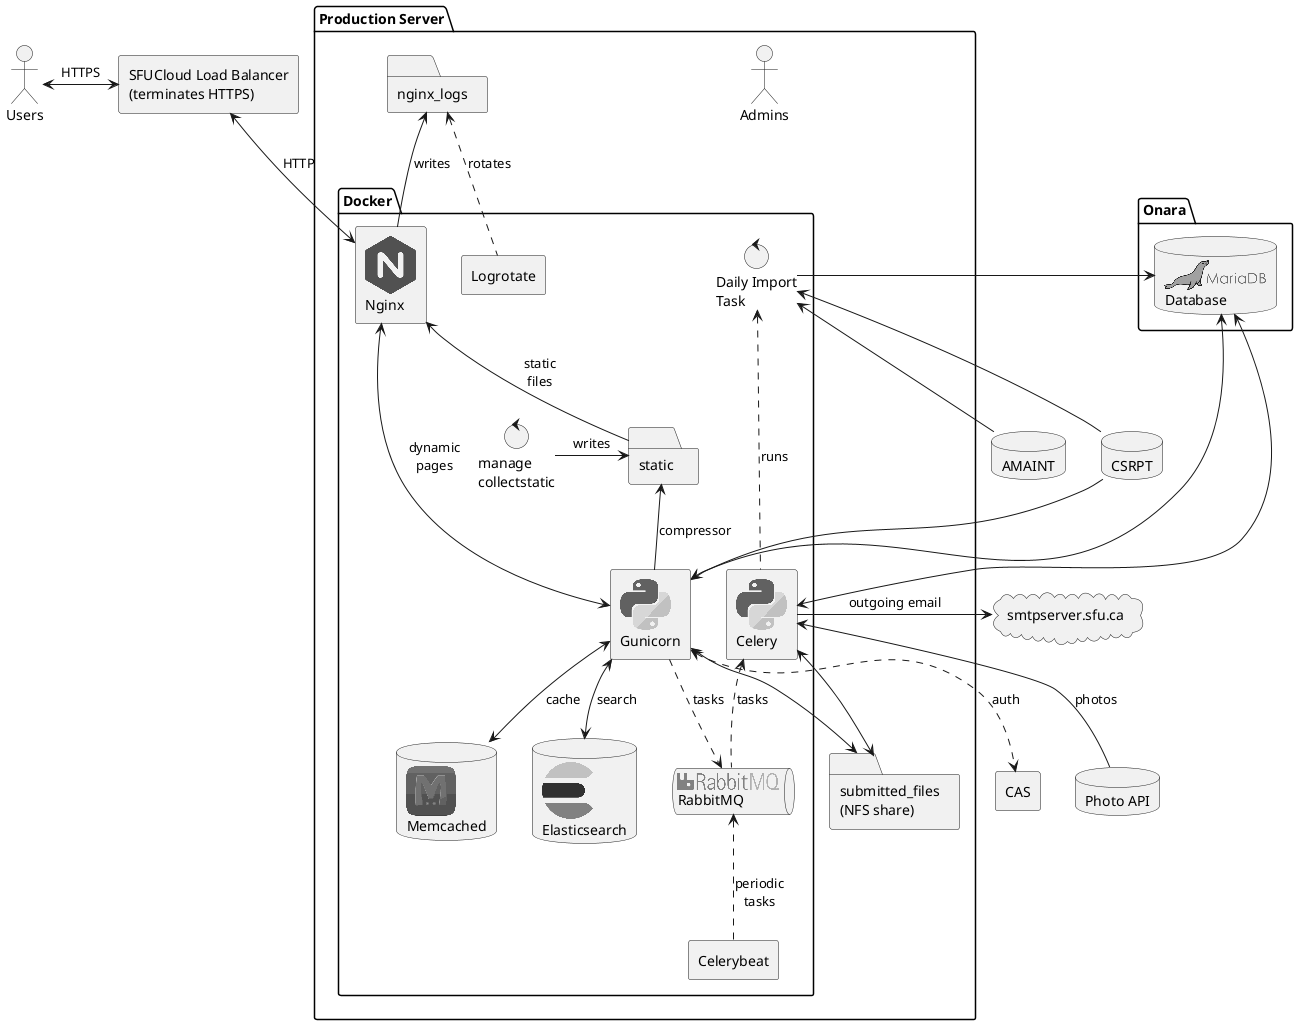
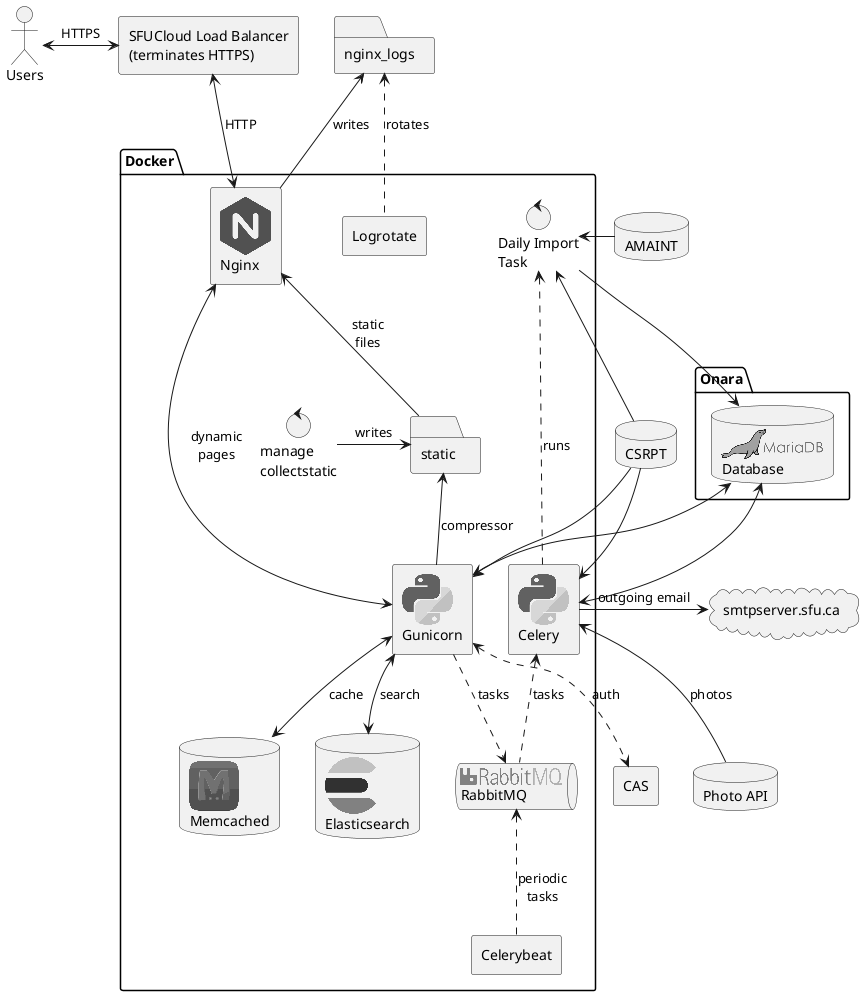
' To generate diagram:
' sudo apt install plantuml
' plantuml arch.puml

' https://github.com/plantuml/plantuml-stdlib/tree/master/stdlib/logos

@startuml

!include <logos/nginx>
!include <logos/gunicorn>
!include <logos/django>
!include <logos/rabbitmq>
!include <logos/ruby>
!include <logos/python>
!include <logos/rabbitmq>
!include <logos/memcached>
!include <logos/elasticsearch>
!include <logos/mariadb>

actor Users as users

agent "SFUCloud Load Balancer\n(terminates HTTPS)" as lb

users <-> lb : HTTPS

- package "Production Server" {
-     actor Admins
-     package "Docker" {
-         folder "static" as static
-         control "Daily Import\nTask" as import
- 
-         agent "<$python>\nCelery" as celery
-         agent "Celerybeat" as celerybeat
-         agent "<$nginx>\nNginx" as nginx
-         agent "<$python>\nGunicorn" as gunicorn
- 
-         queue "<$rabbitmq>\nRabbitMQ" as rabbitmq
-         database "<$memcached>\nMemcached" as memcached
-         database "<$elasticsearch>\nElasticsearch" as elasticsearch
-         agent "Logrotate" as logrotate
- 
-         static <-- gunicorn  : "compressor"
-         'gunicorn --> static : "compressor"
-         nginx <-- static : "static\nfiles"
-         nginx <---> gunicorn : "dynamic\npages"
- 
-         gunicorn ..> rabbitmq : tasks
-         celery <.. rabbitmq : tasks
-         gunicorn <--> memcached : cache
-         gunicorn <--> elasticsearch : search
-         rabbitmq <.. celerybeat : periodic\ntasks
-         import <... celery : runs
- 
-         control "manage\ncollectstatic" as collectstatic
-     }
- 
-     folder "nginx_logs" as nginx_logs
-     nginx_logs <-- nginx : writes
-     nginx_logs <.. logrotate : rotates
- 
-     folder "submitted_files\n(NFS share)" as files
-     gunicorn <--> files
-     celery <--> files
- 
+ package "Onara" {
+     database "<$mariadb>\nDatabase" as db
}

- package "Onara" {
-     database "<$mariadb>\nDatabase" as db
+ package "Docker" {
+     folder "static" as static
+     control "Daily Import\nTask" as import
+ 
+     agent "<$python>\nCelery" as celery
+     agent "Celerybeat" as celerybeat
+     agent "<$nginx>\nNginx" as nginx
+     agent "<$python>\nGunicorn" as gunicorn
+ 
+     queue "<$rabbitmq>\nRabbitMQ" as rabbitmq
+     database "<$memcached>\nMemcached" as memcached
+     database "<$elasticsearch>\nElasticsearch" as elasticsearch
+     agent "Logrotate" as logrotate
+ 
+     static <-- gunicorn  : "compressor"
+     'gunicorn --> static : "compressor"
+     nginx <-- static : "static\nfiles"
+     nginx <---> gunicorn : "dynamic\npages"
+ 
+     gunicorn ..> rabbitmq : tasks
+     celery <.. rabbitmq : tasks
+     gunicorn <--> memcached : cache
+     gunicorn <--> elasticsearch : search
+     rabbitmq <.. celerybeat : periodic\ntasks
+     import <... celery : runs
+ 
+     control "manage\ncollectstatic" as collectstatic
}

lb <--> nginx : HTTP
db <--> gunicorn
db <--> celery
- db <- import
+ import --> db
+ 
+ database "CSRPT" as csrpt
+ agent "CAS" as cas
+ database "Photo API" as photo
+ database "AMAINT" as amaint
+ cloud "smtpserver.sfu.ca" as email


- 
- 'package "External APIs" {
-     database "CSRPT" as csrpt
-     agent "CAS" as cas
-     database "Photo API" as photo
-     database "AMAINT" as amaint
-     cloud "smtpserver.sfu.ca" as email
- '}
- 
import <-- csrpt
- 'csrpt --> celery
+ csrpt --> celery
csrpt --> gunicorn
gunicorn <..> cas : auth
celery <-- photo : photos
email <- celery : "outgoing email"
- import <-- amaint
+ import <- amaint

'static <- collectstatic : "writes"
collectstatic -> static : "writes"

+ folder "nginx_logs" as nginx_logs
+ nginx_logs <-- nginx : writes
+ nginx_logs <.. logrotate : rotates

@enduml
